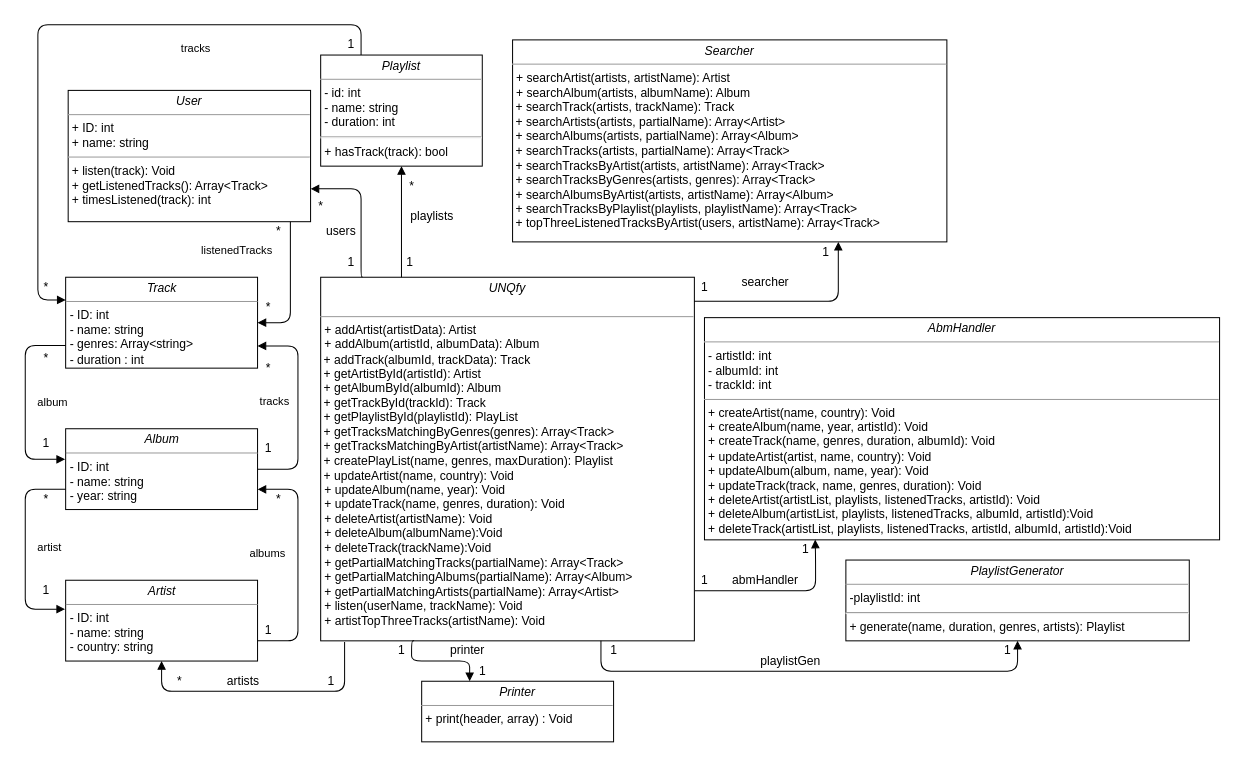
Above: UML/Visado1UMLFinal.drawio in PaisMariano/TP-CLOUD (draw.io), before the change. Source tidied: cells renumbered, new cells numbered last; positions are measured from the earlier drawing's top-left corner, leaving out a move shared by most shapes. Both pictures are drawn from the tidied source at 101%, with x=0, y=0 at pixel (25, 24).
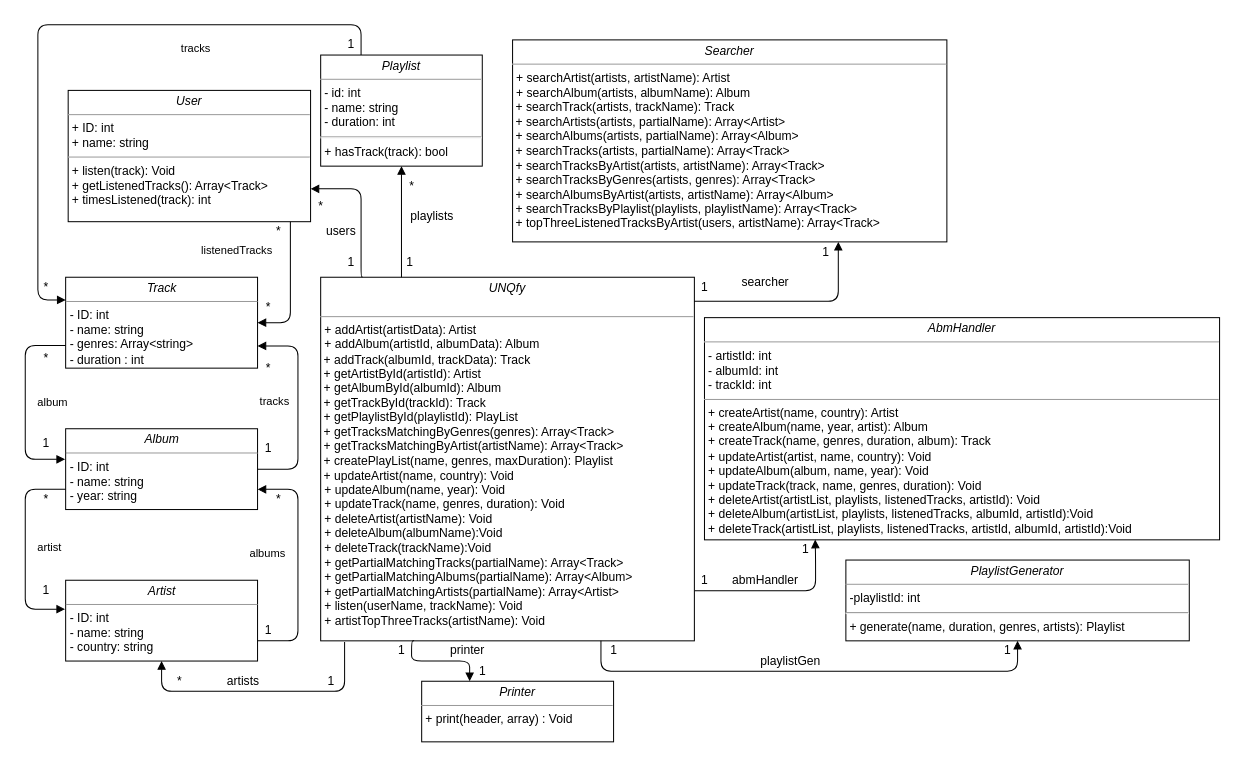
The same diagram, later.

Commit message (it also covers changes not shown here):
UML arreglos

Change to the diagram source:
```diff
@@
-    <mxCell id="16" value="&lt;p style=&quot;margin: 0px ; margin-top: 4px ; text-align: center&quot;&gt;&lt;i&gt;AbmHandler&lt;/i&gt;&lt;/p&gt;&lt;hr size=&quot;1&quot;&gt;&lt;p style=&quot;margin: 0px ; margin-left: 4px&quot;&gt;- artistId: int&lt;br&gt;- albumId: int&lt;/p&gt;&lt;p style=&quot;margin: 0px ; margin-left: 4px&quot;&gt;- trackId: int&lt;/p&gt;&lt;hr size=&quot;1&quot;&gt;&lt;p style=&quot;margin: 0px ; margin-left: 4px&quot;&gt;+ createArtist(name, country): Void&lt;br&gt;+ createAlbum(name, year, artistId): Void&lt;/p&gt;&lt;p style=&quot;margin: 0px ; margin-left: 4px&quot;&gt;+ createTrack(name, genres, duration, albumId): Void&lt;br&gt;&lt;/p&gt;&lt;p style=&quot;margin: 0px ; margin-left: 4px&quot;&gt;+ updateArtist(artist, name, country): Void&lt;/p&gt;&lt;p style=&quot;margin: 0px ; margin-left: 4px&quot;&gt;+ updateAlbum(album, name, year): Void&lt;br&gt;&lt;/p&gt;&lt;p style=&quot;margin: 0px ; margin-left: 4px&quot;&gt;+ updateTrack(track, name, genres, duration): Void&lt;/p&gt;&lt;p style=&quot;margin: 0px ; margin-left: 4px&quot;&gt;+ deleteArtist(artistList, playlists, listenedTracks, artistId): Void&lt;/p&gt;&lt;p style=&quot;margin: 0px ; margin-left: 4px&quot;&gt;&lt;span&gt;+ deleteAlbum(artistList, playlists, listenedTracks, albumId, artistId):Void&lt;/span&gt;&lt;/p&gt;&lt;p style=&quot;margin: 0px ; margin-left: 4px&quot;&gt;&lt;span&gt;+ deleteTrack(artistList, playlists, listenedTracks, artistId, albumId, artistId):Void&lt;/span&gt;&lt;/p&gt;" style="verticalAlign=top;align=left;overflow=fill;fontSize=12;fontFamily=Helvetica;html=1;rounded=0;shadow=0;comic=0;labelBackgroundColor=none;strokeWidth=1;" parent="1" vertex="1">
+    <mxCell id="16" value="&lt;p style=&quot;margin: 0px ; margin-top: 4px ; text-align: center&quot;&gt;&lt;i&gt;AbmHandler&lt;/i&gt;&lt;/p&gt;&lt;hr size=&quot;1&quot;&gt;&lt;p style=&quot;margin: 0px ; margin-left: 4px&quot;&gt;- artistId: int&lt;br&gt;- albumId: int&lt;/p&gt;&lt;p style=&quot;margin: 0px ; margin-left: 4px&quot;&gt;- trackId: int&lt;/p&gt;&lt;hr size=&quot;1&quot;&gt;&lt;p style=&quot;margin: 0px ; margin-left: 4px&quot;&gt;+ createArtist(name, country): Artist&lt;br&gt;+ createAlbum(name, year, artist): Album&lt;/p&gt;&lt;p style=&quot;margin: 0px ; margin-left: 4px&quot;&gt;+ createTrack(name, genres, duration, album): Track&lt;br&gt;&lt;/p&gt;&lt;p style=&quot;margin: 0px ; margin-left: 4px&quot;&gt;+ updateArtist(artist, name, country): Void&lt;/p&gt;&lt;p style=&quot;margin: 0px ; margin-left: 4px&quot;&gt;+ updateAlbum(album, name, year): Void&lt;br&gt;&lt;/p&gt;&lt;p style=&quot;margin: 0px ; margin-left: 4px&quot;&gt;+ updateTrack(track, name, genres, duration): Void&lt;/p&gt;&lt;p style=&quot;margin: 0px ; margin-left: 4px&quot;&gt;+ deleteArtist(artistList, playlists, listenedTracks, artistId): Void&lt;/p&gt;&lt;p style=&quot;margin: 0px ; margin-left: 4px&quot;&gt;&lt;span&gt;+ deleteAlbum(artistList, playlists, listenedTracks, albumId, artistId):Void&lt;/span&gt;&lt;/p&gt;&lt;p style=&quot;margin: 0px ; margin-left: 4px&quot;&gt;&lt;span&gt;+ deleteTrack(artistList, playlists, listenedTracks, artistId, albumId, artistId):Void&lt;/span&gt;&lt;/p&gt;" style="verticalAlign=top;align=left;overflow=fill;fontSize=12;fontFamily=Helvetica;html=1;rounded=0;shadow=0;comic=0;labelBackgroundColor=none;strokeWidth=1;" parent="1" vertex="1">
       <mxGeometry x="672" y="290" width="510" height="220" as="geometry" />
     </mxCell>
```
